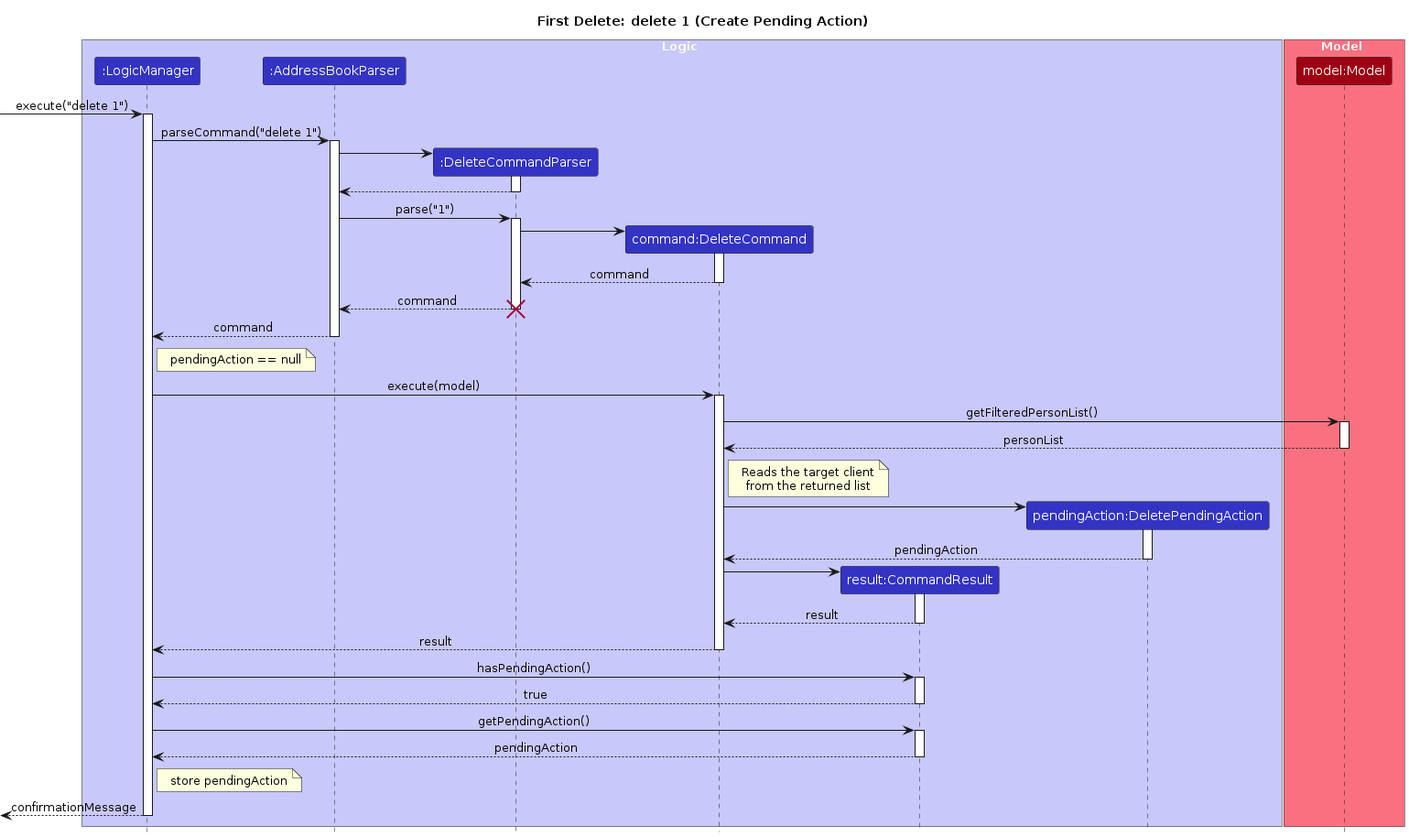
Above: diagrams/DeleteSequenceDiagram.png in AY2526S2-CS2103-F09-4/tp (PlantUML), before the change. Its source is kept beside it as diagrams/DeleteSequenceDiagram.puml.
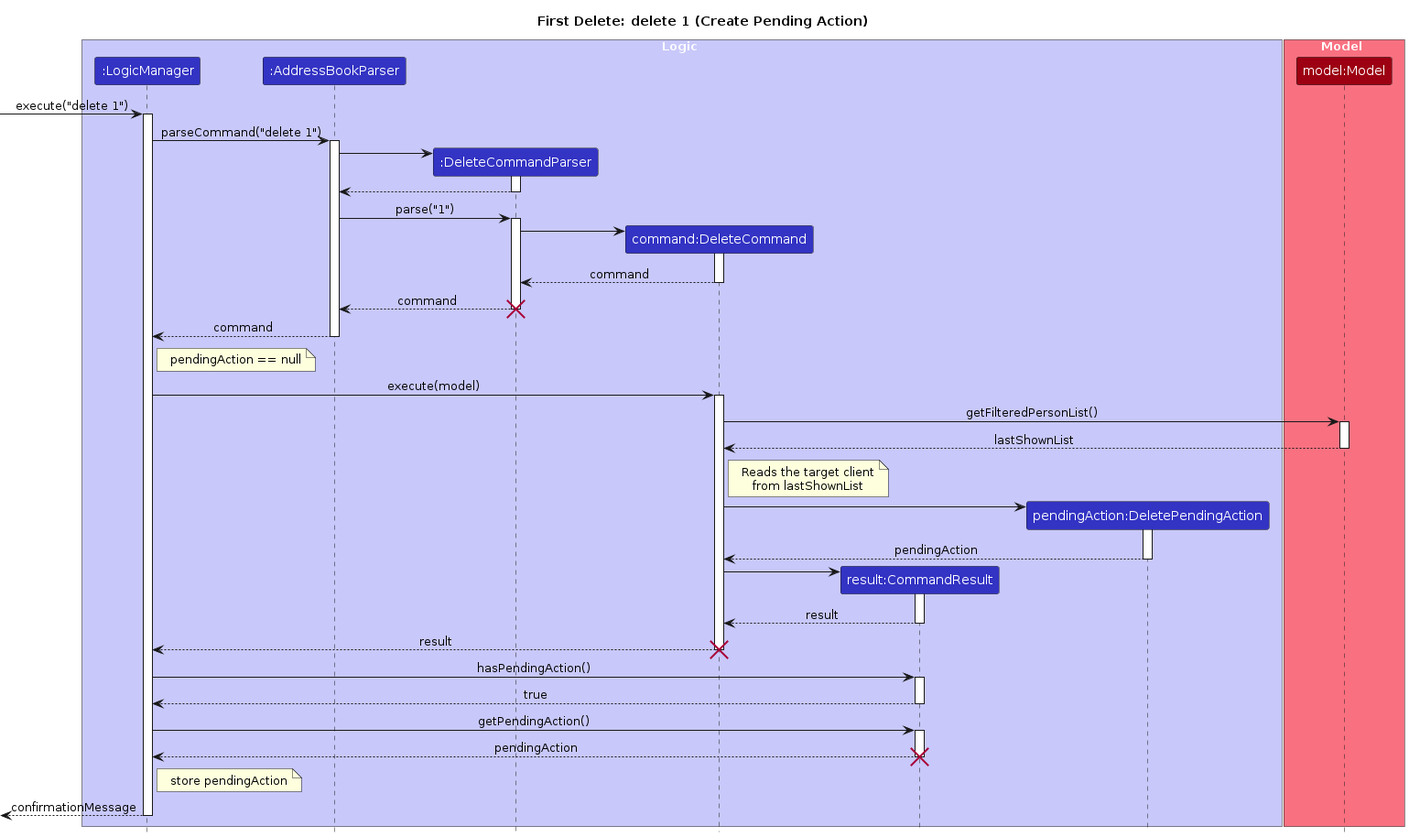
Later version of the same file.

Diff of the diagram source:
```diff
@@ -53,12 +53,12 @@
 
 DeleteCommand -> Model : getFilteredPersonList()
 activate Model
-Model --> DeleteCommand : personList
+Model --> DeleteCommand : lastShownList
 deactivate Model
 
 note right of DeleteCommand
 Reads the target client
-from the returned list
+from lastShownList
 end note
 
 create DeletePendingAction
@@ -76,6 +76,7 @@
 
 DeleteCommand --> LogicManager : result
 deactivate DeleteCommand
+destroy DeleteCommand
 
 LogicManager -> CommandResult : hasPendingAction()
 activate CommandResult
@@ -86,6 +87,7 @@
 activate CommandResult
 CommandResult --> LogicManager : pendingAction
 deactivate CommandResult
+destroy CommandResult
 
 note right of LogicManager : store pendingAction
 
```
